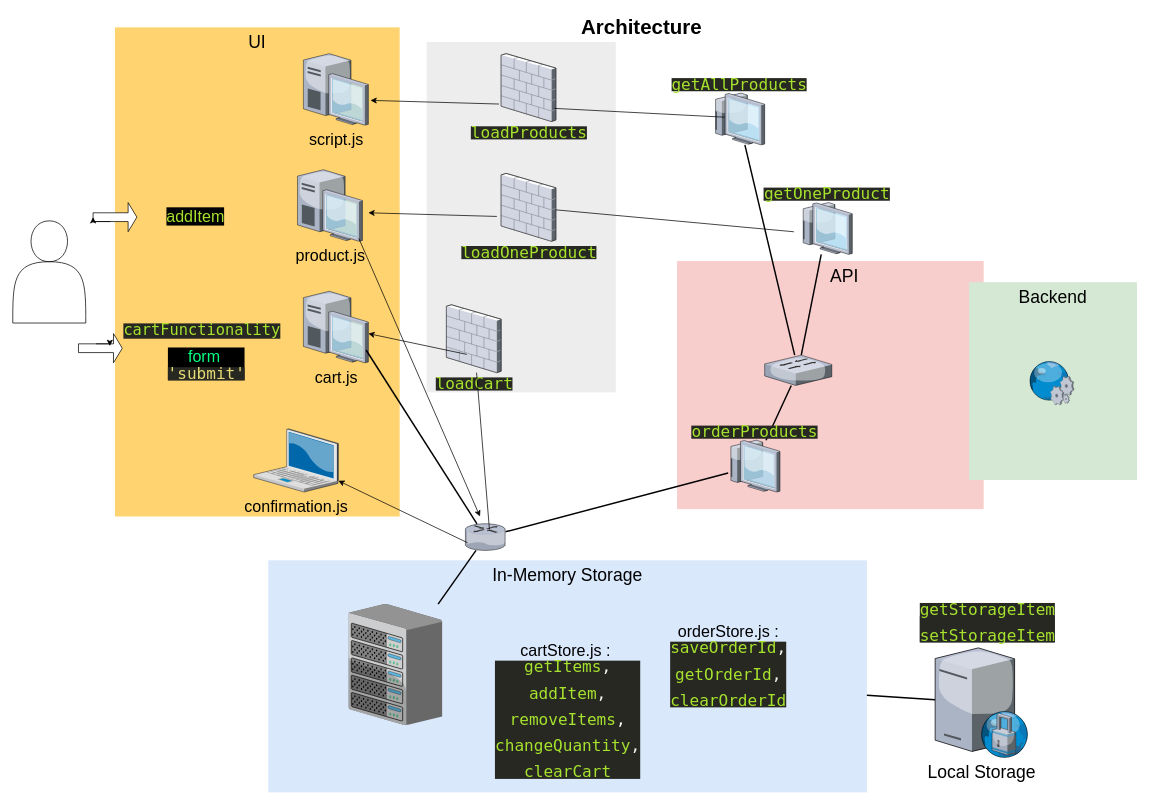
This is front/Untitled Diagram.drawio from Takewkat/github.io-project5, a draw.io file, before an edit. Source tidied: cells renumbered, new cells numbered last; positions are measured from the earlier drawing's top-left corner, leaving out a move shared by most shapes. Both pictures are drawn from the tidied source at 73%, with x=0, y=0 at pixel (12, 12).
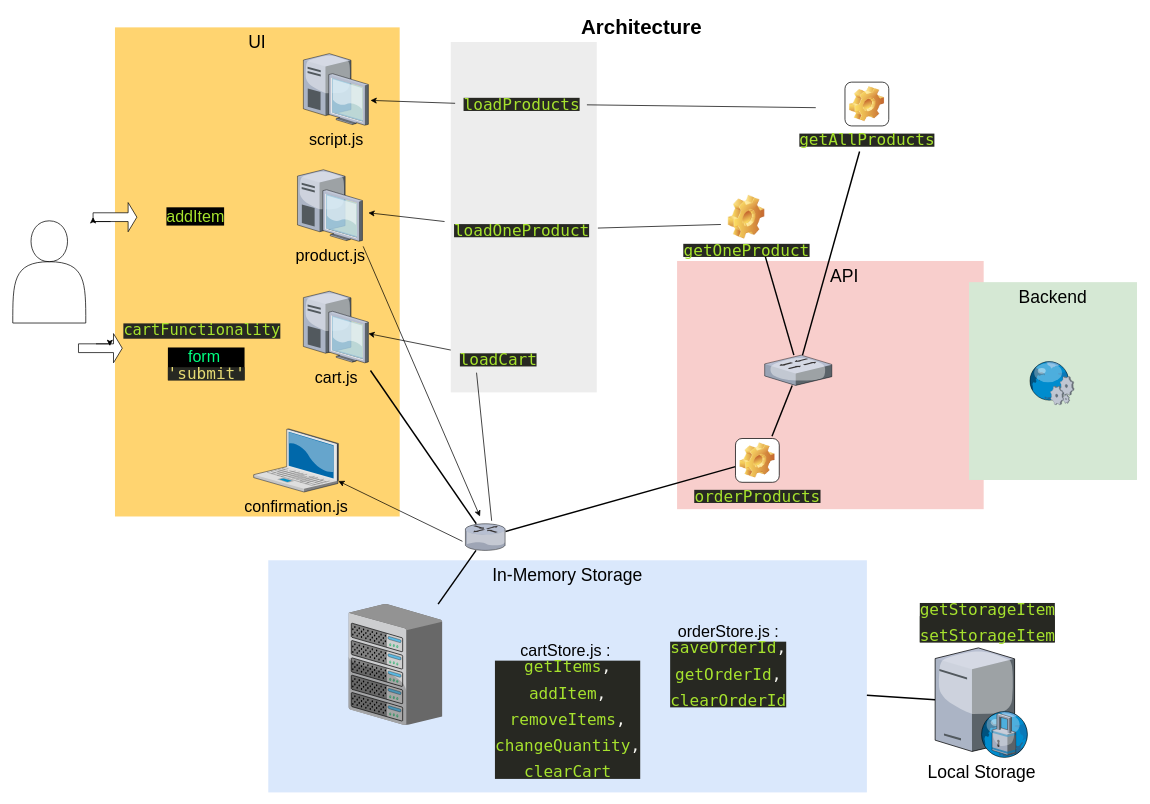
The same diagram, later.

Unchanged cells that the change refers to:
```xml
<mxCell id="7" value="&lt;div style=&quot;font-size: 22px;&quot;&gt;&lt;font style=&quot;font-size: 22px;&quot;&gt;confirmation.js&lt;/font&gt;&lt;/div&gt;&lt;div style=&quot;font-size: 22px;&quot;&gt;&lt;font style=&quot;font-size: 22px;&quot;&gt;&lt;br&gt;&lt;/font&gt;&lt;/div&gt;" style="verticalLabelPosition=bottom;html=1;verticalAlign=top;strokeColor=none;shape=mxgraph.citrix.laptop_2;fillColor=#66B2FF;gradientColor=#0066CC;fontSize=14;" parent="1" vertex="1">
  <mxGeometry x="330" y="570" width="116" height="86.5" as="geometry" />
</mxCell>
<mxCell id="8" value="&lt;div style=&quot;font-size: 22px;&quot;&gt;&lt;font style=&quot;font-size: 22px;&quot;&gt;cart.js&lt;/font&gt;&lt;/div&gt;&lt;div style=&quot;font-size: 22px;&quot;&gt;&lt;font style=&quot;font-size: 22px;&quot;&gt;&lt;br&gt;&lt;/font&gt;&lt;/div&gt;" style="verticalLabelPosition=bottom;html=1;verticalAlign=top;strokeColor=none;shape=mxgraph.citrix.desktop;fillColor=#66B2FF;gradientColor=#0066CC;fontSize=14;" parent="1" vertex="1">
  <mxGeometry x="398.1" y="381.5" width="89" height="98" as="geometry" />
</mxCell>
<mxCell id="9" value="&lt;font style=&quot;font-size: 22px;&quot;&gt;product.js&lt;/font&gt;" style="verticalLabelPosition=bottom;html=1;verticalAlign=top;strokeColor=none;shape=mxgraph.citrix.desktop;fillColor=#66B2FF;gradientColor=#0066CC;fontSize=14;" parent="1" vertex="1">
  <mxGeometry x="390" y="215" width="89" height="98" as="geometry" />
</mxCell>
<mxCell id="14" style="verticalLabelPosition=bottom;html=1;verticalAlign=top;strokeColor=none;shape=mxgraph.citrix.router;fillColor=#66B2FF;gradientColor=#0066CC;fontSize=14;" parent="1" vertex="1">
  <mxGeometry x="620" y="700" width="55" height="36.5" as="geometry" />
</mxCell>
<mxCell id="24" style="verticalLabelPosition=bottom;html=1;verticalAlign=top;strokeColor=none;shape=mxgraph.citrix.switch;fillColor=#66B2FF;gradientColor=#0066CC;fontSize=14;" parent="1" vertex="1">
  <mxGeometry x="1030" y="469" width="92" height="41.5" as="geometry" />
</mxCell>
```

The edit, as a diff of the source:
```diff
@@
     <mxCell id="4" style="whiteSpace=wrap;html=1;fillColor=#EDEDED;fontSize=14;strokeColor=none;verticalAlign=top;" parent="1" vertex="1">
-      <mxGeometry x="567" y="40" width="259" height="480" as="geometry" />
+      <mxGeometry x="600" y="40" width="200" height="480" as="geometry" />
     </mxCell>
@@
-    <mxCell id="16" value="&lt;div style=&quot;color: rgb(248, 248, 242); background-color: rgb(39, 40, 34); font-family: Menlo, Monaco, &amp;quot;Courier New&amp;quot;, monospace; font-weight: normal; line-height: 18px; font-size: 22px;&quot;&gt;&lt;div&gt;&lt;font style=&quot;font-size: 22px;&quot;&gt;&lt;span style=&quot;color: #a6e22e;&quot;&gt;loadProducts&lt;/span&gt;&lt;/font&gt;&lt;/div&gt;&lt;/div&gt;" style="verticalLabelPosition=bottom;html=1;verticalAlign=top;strokeColor=none;shape=mxgraph.citrix.firewall;fillColor=#66B2FF;gradientColor=#0066CC;fontSize=14;" parent="1" vertex="1">
-      <mxGeometry x="669" y="56" width="75" height="93" as="geometry" />
-    </mxCell>
-    <mxCell id="17" value="&lt;div style=&quot;color: rgb(248, 248, 242); background-color: rgb(39, 40, 34); font-family: Menlo, Monaco, &amp;quot;Courier New&amp;quot;, monospace; font-weight: normal; line-height: 18px; font-size: 22px;&quot;&gt;&lt;div&gt;&lt;font style=&quot;font-size: 22px;&quot;&gt;&lt;span style=&quot;color: #a6e22e;&quot;&gt;loadOneProduct&lt;/span&gt;&lt;/font&gt;&lt;/div&gt;&lt;/div&gt;" style="verticalLabelPosition=bottom;html=1;verticalAlign=top;strokeColor=none;shape=mxgraph.citrix.firewall;fillColor=#66B2FF;gradientColor=#0066CC;fontSize=14;" parent="1" vertex="1">
-      <mxGeometry x="669" y="220" width="75" height="93" as="geometry" />
-    </mxCell>
-    <mxCell id="18" style="edgeStyle=none;rounded=0;html=1;startSize=10;endSize=10;jettySize=auto;fontSize=14;endArrow=none;endFill=0;strokeWidth=2;exitX=0.965;exitY=0.821;exitDx=0;exitDy=0;exitPerimeter=0;" parent="1" edge="1" source="8" target="14">
-      <mxGeometry relative="1" as="geometry" />
+    <mxCell id="18" style="edgeStyle=none;rounded=0;html=1;startSize=10;endSize=10;jettySize=auto;fontSize=14;endArrow=none;endFill=0;strokeWidth=2;" parent="1" edge="1" target="14">
+      <mxGeometry relative="1" as="geometry">
+        <mxPoint x="490" y="490" as="sourcePoint" />
+      </mxGeometry>
     </mxCell>
-    <mxCell id="19" value="&lt;div style=&quot;color: rgb(248, 248, 242); background-color: rgb(39, 40, 34); font-family: Menlo, Monaco, &amp;quot;Courier New&amp;quot;, monospace; font-weight: normal; line-height: 18px; font-size: 22px;&quot;&gt;&lt;div&gt;&lt;font style=&quot;font-size: 22px;&quot;&gt;&lt;span style=&quot;color: #a6e22e;&quot;&gt;loadCart&lt;/span&gt;&lt;/font&gt;&lt;/div&gt;&lt;/div&gt;" style="verticalLabelPosition=bottom;html=1;verticalAlign=top;strokeColor=none;shape=mxgraph.citrix.firewall;fillColor=#66B2FF;gradientColor=#0066CC;fontSize=14;" parent="1" vertex="1">
-      <mxGeometry x="594" y="400" width="75" height="93" as="geometry" />
-    </mxCell>
@@
-    <mxCell id="21" style="edgeStyle=none;rounded=0;html=1;startSize=10;endSize=10;jettySize=auto;fontSize=14;endArrow=none;endFill=0;strokeWidth=2;" parent="1" edge="1" source="24" target="27">
-      <mxGeometry relative="1" as="geometry" />
+    <mxCell id="21" style="edgeStyle=none;rounded=0;html=1;startSize=10;endSize=10;jettySize=auto;fontSize=14;endArrow=none;endFill=0;strokeWidth=2;" parent="1" edge="1" source="24">
+      <mxGeometry relative="1" as="geometry">
+        <mxPoint x="1040" y="580" as="targetPoint" />
+      </mxGeometry>
     </mxCell>
-    <mxCell id="22" style="edgeStyle=none;rounded=0;html=1;startSize=10;endSize=10;jettySize=auto;fontSize=14;endArrow=none;endFill=0;strokeWidth=2;" parent="1" edge="1" source="24" target="26">
-      <mxGeometry relative="1" as="geometry" />
+    <mxCell id="22" style="edgeStyle=none;rounded=0;html=1;startSize=10;endSize=10;jettySize=auto;fontSize=14;endArrow=none;endFill=0;strokeWidth=2;" parent="1" edge="1" source="24">
+      <mxGeometry relative="1" as="geometry">
+        <mxPoint x="1030" y="331" as="targetPoint" />
+      </mxGeometry>
     </mxCell>
-    <mxCell id="23" style="edgeStyle=none;rounded=0;html=1;startSize=10;endSize=10;jettySize=auto;fontSize=14;endArrow=none;endFill=0;strokeWidth=2;" parent="1" edge="1" source="24" target="25">
-      <mxGeometry relative="1" as="geometry" />
+    <mxCell id="23" style="edgeStyle=none;rounded=0;html=1;startSize=10;endSize=10;jettySize=auto;fontSize=14;endArrow=none;endFill=0;strokeWidth=2;" parent="1" edge="1" source="24">
+      <mxGeometry relative="1" as="geometry">
+        <mxPoint x="1160" y="190" as="targetPoint" />
+      </mxGeometry>
     </mxCell>
@@
-    <mxCell id="25" value="&lt;div style=&quot;color: rgb(248, 248, 242); background-color: rgb(39, 40, 34); font-family: Menlo, Monaco, &amp;quot;Courier New&amp;quot;, monospace; font-weight: normal; line-height: 18px; font-size: 22px;&quot;&gt;&lt;div&gt;&lt;font style=&quot;font-size: 22px;&quot;&gt;&lt;span style=&quot;color: #a6e22e;&quot;&gt;getAllProducts&lt;/span&gt;&lt;/font&gt;&lt;/div&gt;&lt;/div&gt;" style="verticalLabelPosition=top;html=1;verticalAlign=bottom;strokeColor=none;shape=mxgraph.citrix.thin_client;fillColor=#66B2FF;gradientColor=#0066CC;fontSize=14;labelPosition=center;align=center;" parent="1" vertex="1">
-      <mxGeometry x="959" y="110" width="71" height="71" as="geometry" />
-    </mxCell>
-    <mxCell id="26" value="&lt;div style=&quot;color: rgb(248, 248, 242); background-color: rgb(39, 40, 34); font-family: Menlo, Monaco, &amp;quot;Courier New&amp;quot;, monospace; font-weight: normal; line-height: 18px; font-size: 22px;&quot;&gt;&lt;div&gt;&lt;font style=&quot;font-size: 22px;&quot;&gt;&lt;span style=&quot;color: #a6e22e;&quot;&gt;getOneProduct&lt;/span&gt;&lt;/font&gt;&lt;/div&gt;&lt;/div&gt;" style="verticalLabelPosition=top;html=1;verticalAlign=bottom;strokeColor=none;shape=mxgraph.citrix.thin_client;fillColor=#66B2FF;gradientColor=#0066CC;fontSize=14;labelPosition=center;align=center;" parent="1" vertex="1">
-      <mxGeometry x="1079" y="260" width="71" height="71" as="geometry" />
-    </mxCell>
-    <mxCell id="27" value="&lt;div style=&quot;color: rgb(248, 248, 242); background-color: rgb(39, 40, 34); font-family: Menlo, Monaco, &amp;quot;Courier New&amp;quot;, monospace; font-weight: normal; line-height: 18px; font-size: 22px;&quot;&gt;&lt;div&gt;&lt;font style=&quot;font-size: 22px;&quot;&gt;&lt;span style=&quot;color: #a6e22e;&quot;&gt;orderProducts&lt;/span&gt;&lt;/font&gt;&lt;/div&gt;&lt;/div&gt;" style="verticalLabelPosition=top;html=1;verticalAlign=bottom;strokeColor=none;shape=mxgraph.citrix.thin_client;fillColor=#66B2FF;gradientColor=#0066CC;fontSize=14;labelPosition=center;align=center;" parent="1" vertex="1">
-      <mxGeometry x="980" y="585.5" width="71" height="71" as="geometry" />
-    </mxCell>
@@
-    <mxCell id="40" style="endArrow=classic;html=1;rounded=0;fontSize=22;fontColor=#00FF80;exitX=0.055;exitY=0.712;exitDx=0;exitDy=0;exitPerimeter=0;" parent="1" edge="1" source="14" target="7">
+    <mxCell id="40" style="endArrow=classic;html=1;rounded=0;fontSize=22;fontColor=#00FF80;exitX=-0.073;exitY=0.658;exitDx=0;exitDy=0;exitPerimeter=0;" parent="1" edge="1" source="14" target="7">
       <mxGeometry relative="1" as="geometry" />
     </mxCell>
@@
-    <mxCell id="43" style="endArrow=classic;html=1;rounded=0;fontSize=22;fontColor=#00FF80;exitX=-0.04;exitY=0.742;exitDx=0;exitDy=0;exitPerimeter=0;" parent="1" edge="1" source="16">
+    <mxCell id="43" style="endArrow=classic;html=1;rounded=0;fontSize=22;fontColor=#00FF80;exitX=-0.003;exitY=0.467;exitDx=0;exitDy=0;exitPerimeter=0;" parent="1" edge="1" source="16">
       <mxGeometry relative="1" as="geometry">
         <mxPoint x="490" y="120" as="targetPoint" />
       </mxGeometry>
     </mxCell>
-    <mxCell id="44" style="endArrow=classic;html=1;rounded=0;fontSize=22;fontColor=#00FF80;exitX=-0.04;exitY=0.742;exitDx=0;exitDy=0;exitPerimeter=0;" parent="1" edge="1">
+    <mxCell id="44" style="endArrow=classic;html=1;rounded=0;fontSize=22;fontColor=#00FF80;" parent="1" edge="1" source="17">
       <mxGeometry relative="1" as="geometry">
-        <mxPoint x="663.1" y="279" as="sourcePoint" />
         <mxPoint x="487.1" y="274" as="targetPoint" />
       </mxGeometry>
     </mxCell>
-    <mxCell id="45" style="endArrow=classic;html=1;rounded=0;fontSize=22;fontColor=#00FF80;exitX=0.373;exitY=0.731;exitDx=0;exitDy=0;exitPerimeter=0;" parent="1" edge="1" source="19">
+    <mxCell id="45" style="endArrow=classic;html=1;rounded=0;fontSize=22;fontColor=#00FF80;" parent="1" edge="1" source="19">
       <mxGeometry relative="1" as="geometry">
         <mxPoint x="487.1" y="439.5" as="targetPoint" />
       </mxGeometry>
     </mxCell>
-    <mxCell id="46" style="endArrow=none;html=1;rounded=0;fontSize=22;fontColor=#00FF80;entryX=0.973;entryY=0.806;entryDx=0;entryDy=0;entryPerimeter=0;exitX=0.225;exitY=0.465;exitDx=0;exitDy=0;exitPerimeter=0;" parent="1" edge="1" source="25" target="16">
-      <mxGeometry relative="1" as="geometry" />
+    <mxCell id="46" style="endArrow=none;html=1;rounded=0;fontSize=22;fontColor=#00FF80;" parent="1" edge="1" target="16">
+      <mxGeometry relative="1" as="geometry">
+        <mxPoint x="1100" y="130" as="sourcePoint" />
+      </mxGeometry>
     </mxCell>
     <mxCell id="47" style="endArrow=none;html=1;rounded=0;fontSize=22;fontColor=#00FF80;" parent="1" edge="1" target="17">
       <mxGeometry relative="1" as="geometry">
-        <mxPoint x="1070" y="300" as="sourcePoint" />
+        <mxPoint x="970" y="290" as="sourcePoint" />
       </mxGeometry>
     </mxCell>
-    <mxCell id="48" style="endArrow=none;html=1;rounded=0;fontSize=22;fontColor=#00FF80;exitX=0.6;exitY=0.219;exitDx=0;exitDy=0;exitPerimeter=0;" parent="1" edge="1" source="14" target="19">
-      <mxGeometry relative="1" as="geometry" />
+    <mxCell id="48" style="endArrow=none;html=1;rounded=0;fontSize=22;fontColor=#00FF80;exitX=0.655;exitY=-0.11;exitDx=0;exitDy=0;exitPerimeter=0;" parent="1" edge="1" source="14">
+      <mxGeometry relative="1" as="geometry">
+        <mxPoint x="635.3" y="493" as="targetPoint" />
+      </mxGeometry>
     </mxCell>
-    <mxCell id="49" style="endArrow=classic;html=1;rounded=0;fontSize=22;fontColor=#00FF80;exitX=0.944;exitY=0.959;exitDx=0;exitDy=0;exitPerimeter=0;" parent="1" edge="1" source="9">
+    <mxCell id="49" style="endArrow=classic;html=1;rounded=0;fontSize=22;fontColor=#00FF80;" parent="1" edge="1">
       <mxGeometry relative="1" as="geometry">
+        <mxPoint x="480" y="320" as="sourcePoint" />
         <mxPoint x="640" y="690" as="targetPoint" />
       </mxGeometry>
     </mxCell>
+    <mxCell id="19" value="&lt;div style=&quot;color: rgb(248, 248, 242); background-color: rgb(39, 40, 34); font-family: Menlo, Monaco, &amp;quot;Courier New&amp;quot;, monospace; font-weight: normal; line-height: 18px; font-size: 22px;&quot;&gt;&lt;div&gt;&lt;font style=&quot;font-size: 22px;&quot;&gt;&lt;span style=&quot;color: #a6e22e;&quot;&gt;loadCart&lt;/span&gt;&lt;/font&gt;&lt;/div&gt;&lt;/div&gt;" style="text;html=1;align=center;verticalAlign=middle;points=[];fillColor=none;strokeColor=none;rounded=0;" parent="1" vertex="1">
+      <mxGeometry x="600" y="460" width="130" height="30" as="geometry" />
+    </mxCell>
+    <mxCell id="17" value="&lt;div style=&quot;color: rgb(248, 248, 242); background-color: rgb(39, 40, 34); font-family: Menlo, Monaco, &amp;quot;Courier New&amp;quot;, monospace; font-weight: normal; line-height: 18px; font-size: 22px;&quot;&gt;&lt;div&gt;&lt;font style=&quot;font-size: 22px;&quot;&gt;&lt;span style=&quot;color: #a6e22e;&quot;&gt;loadOneProduct&lt;/span&gt;&lt;/font&gt;&lt;/div&gt;&lt;/div&gt;" style="text;html=1;align=center;verticalAlign=middle;points=[];fillColor=none;strokeColor=none;rounded=0;" parent="1" vertex="1">
+      <mxGeometry x="591.5" y="283" width="210" height="30" as="geometry" />
+    </mxCell>
+    <mxCell id="16" value="&lt;div style=&quot;color: rgb(248, 248, 242); background-color: rgb(39, 40, 34); font-family: Menlo, Monaco, &amp;quot;Courier New&amp;quot;, monospace; font-weight: normal; line-height: 18px; font-size: 22px;&quot;&gt;&lt;div&gt;&lt;font style=&quot;font-size: 22px;&quot;&gt;&lt;span style=&quot;color: #a6e22e;&quot;&gt;loadProducts&lt;/span&gt;&lt;/font&gt;&lt;/div&gt;&lt;/div&gt;" style="text;html=1;align=center;verticalAlign=middle;points=[];fillColor=none;strokeColor=none;rounded=0;" parent="1" vertex="1">
+      <mxGeometry x="606.5" y="110" width="180" height="30" as="geometry" />
+    </mxCell>
+    <mxCell id="26" value="&lt;div style=&quot;color: rgb(248, 248, 242); background-color: rgb(39, 40, 34); font-family: Menlo, Monaco, &amp;quot;Courier New&amp;quot;, monospace; font-weight: normal; line-height: 18px; font-size: 22px;&quot;&gt;&lt;div&gt;&lt;font style=&quot;font-size: 22px;&quot;&gt;&lt;span style=&quot;color: #a6e22e;&quot;&gt;getOneProduct&lt;/span&gt;&lt;/font&gt;&lt;/div&gt;&lt;/div&gt;" style="shape=image;html=1;verticalLabelPosition=bottom;verticalAlign=top;imageAspect=0;image=img/clipart/Gear_128x128.png;" parent="1" vertex="1">
+      <mxGeometry x="980" y="250" width="50" height="60" as="geometry" />
+    </mxCell>
+    <mxCell id="25" value="&lt;div style=&quot;color: rgb(248, 248, 242); background-color: rgb(39, 40, 34); font-family: Menlo, Monaco, &amp;quot;Courier New&amp;quot;, monospace; font-weight: normal; line-height: 18px; font-size: 22px;&quot;&gt;&lt;div&gt;&lt;font style=&quot;font-size: 22px;&quot;&gt;&lt;span style=&quot;color: #a6e22e;&quot;&gt;getAllProducts&lt;/span&gt;&lt;/font&gt;&lt;/div&gt;&lt;/div&gt;" style="icon;html=1;image=img/clipart/Gear_128x128.png;" parent="1" vertex="1">
+      <mxGeometry x="1140" y="95" width="60" height="60" as="geometry" />
+    </mxCell>
+    <mxCell id="27" value="&lt;div style=&quot;color: rgb(248, 248, 242); background-color: rgb(39, 40, 34); font-family: Menlo, Monaco, &amp;quot;Courier New&amp;quot;, monospace; font-weight: normal; line-height: 18px; font-size: 22px;&quot;&gt;&lt;div&gt;&lt;font style=&quot;font-size: 22px;&quot;&gt;&lt;span style=&quot;color: #a6e22e;&quot;&gt;orderProducts&lt;/span&gt;&lt;/font&gt;&lt;/div&gt;&lt;/div&gt;" style="icon;html=1;image=img/clipart/Gear_128x128.png;" parent="1" vertex="1">
+      <mxGeometry x="990" y="583.2" width="60" height="60" as="geometry" />
+    </mxCell>
```
